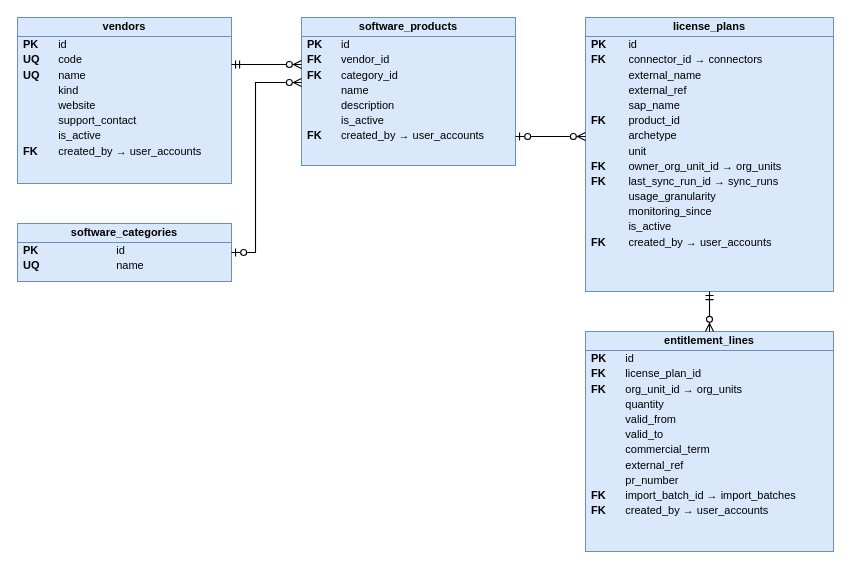
This is docs/database/diagrams/erd_license_catalog.drawio from cuonglpv/VFast, a draw.io file, before an edit. Source tidied: cells renumbered, new cells numbered last; positions are measured from the earlier drawing's top-left corner, leaving out a move shared by most shapes. Both pictures are drawn from the tidied source at 100%, with x=0, y=0 at pixel (17, 17).
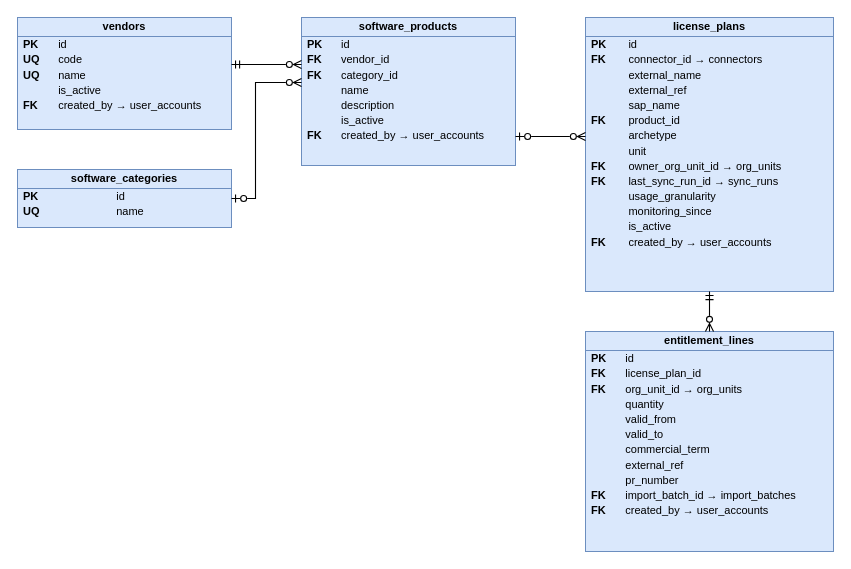
After the change.

The edit, as a diff of the source:
```diff
@@
 <mxGraphModel>
   <root>
     <mxCell id="0" />
     <mxCell id="1" parent="0" />
-    <mxCell id="2" value="&lt;div style=&quot;font-weight:bold;text-align:center;padding:3px 0;border-bottom:1px solid #6C8EBF;&quot;&gt;vendors&lt;/div&gt;&lt;table style=&quot;width:100%;font-size:11px;border-collapse:collapse;&quot;&gt;&lt;tr&gt;&lt;td style=&quot;padding:1px 8px 1px 6px;&quot;&gt;&lt;b&gt;PK&lt;/b&gt;&lt;/td&gt;&lt;td style=&quot;padding:1px 6px;&quot;&gt;id&lt;/td&gt;&lt;/tr&gt;&lt;tr&gt;&lt;td style=&quot;padding:1px 8px 1px 6px;&quot;&gt;&lt;b&gt;UQ&lt;/b&gt;&lt;/td&gt;&lt;td style=&quot;padding:1px 6px;&quot;&gt;code&lt;/td&gt;&lt;/tr&gt;&lt;tr&gt;&lt;td style=&quot;padding:1px 8px 1px 6px;&quot;&gt;&lt;b&gt;UQ&lt;/b&gt;&lt;/td&gt;&lt;td style=&quot;padding:1px 6px;&quot;&gt;name&lt;/td&gt;&lt;/tr&gt;&lt;tr&gt;&lt;td style=&quot;padding:1px 8px 1px 6px;&quot;&gt;&lt;b&gt;&lt;/b&gt;&lt;/td&gt;&lt;td style=&quot;padding:1px 6px;&quot;&gt;kind&lt;/td&gt;&lt;/tr&gt;&lt;tr&gt;&lt;td style=&quot;padding:1px 8px 1px 6px;&quot;&gt;&lt;b&gt;&lt;/b&gt;&lt;/td&gt;&lt;td style=&quot;padding:1px 6px;&quot;&gt;website&lt;/td&gt;&lt;/tr&gt;&lt;tr&gt;&lt;td style=&quot;padding:1px 8px 1px 6px;&quot;&gt;&lt;b&gt;&lt;/b&gt;&lt;/td&gt;&lt;td style=&quot;padding:1px 6px;&quot;&gt;support_contact&lt;/td&gt;&lt;/tr&gt;&lt;tr&gt;&lt;td style=&quot;padding:1px 8px 1px 6px;&quot;&gt;&lt;b&gt;&lt;/b&gt;&lt;/td&gt;&lt;td style=&quot;padding:1px 6px;&quot;&gt;is_active&lt;/td&gt;&lt;/tr&gt;&lt;tr&gt;&lt;td style=&quot;padding:1px 8px 1px 6px;&quot;&gt;&lt;b&gt;FK&lt;/b&gt;&lt;/td&gt;&lt;td style=&quot;padding:1px 6px;&quot;&gt;created_by → user_accounts&lt;/td&gt;&lt;/tr&gt;&lt;/table&gt;" style="rounded=0;whiteSpace=wrap;html=1;verticalAlign=top;align=left;spacing=0;overflow=fill;fillColor=#DAE8FC;strokeColor=#6C8EBF;fontSize=11;" parent="1" vertex="1">
-      <mxGeometry width="214" height="166" as="geometry" />
+    <mxCell id="2" value="&lt;div style=&quot;font-weight:bold;text-align:center;padding:3px 0;border-bottom:1px solid #6C8EBF;&quot;&gt;vendors&lt;/div&gt;&lt;table style=&quot;width:100%;font-size:11px;border-collapse:collapse;&quot;&gt;&lt;tr&gt;&lt;td style=&quot;padding:1px 8px 1px 6px;&quot;&gt;&lt;b&gt;PK&lt;/b&gt;&lt;/td&gt;&lt;td style=&quot;padding:1px 6px;&quot;&gt;id&lt;/td&gt;&lt;/tr&gt;&lt;tr&gt;&lt;td style=&quot;padding:1px 8px 1px 6px;&quot;&gt;&lt;b&gt;UQ&lt;/b&gt;&lt;/td&gt;&lt;td style=&quot;padding:1px 6px;&quot;&gt;code&lt;/td&gt;&lt;/tr&gt;&lt;tr&gt;&lt;td style=&quot;padding:1px 8px 1px 6px;&quot;&gt;&lt;b&gt;UQ&lt;/b&gt;&lt;/td&gt;&lt;td style=&quot;padding:1px 6px;&quot;&gt;name&lt;/td&gt;&lt;/tr&gt;&lt;tr&gt;&lt;td style=&quot;padding:1px 8px 1px 6px;&quot;&gt;&lt;b&gt;&lt;/b&gt;&lt;/td&gt;&lt;td style=&quot;padding:1px 6px;&quot;&gt;is_active&lt;/td&gt;&lt;/tr&gt;&lt;tr&gt;&lt;td style=&quot;padding:1px 8px 1px 6px;&quot;&gt;&lt;b&gt;FK&lt;/b&gt;&lt;/td&gt;&lt;td style=&quot;padding:1px 6px;&quot;&gt;created_by → user_accounts&lt;/td&gt;&lt;/tr&gt;&lt;/table&gt;" style="rounded=0;whiteSpace=wrap;html=1;verticalAlign=top;align=left;spacing=0;overflow=fill;fillColor=#DAE8FC;strokeColor=#6C8EBF;fontSize=11;" parent="1" vertex="1">
+      <mxGeometry width="214" height="112" as="geometry" />
     </mxCell>
     <mxCell id="3" value="&lt;div style=&quot;font-weight:bold;text-align:center;padding:3px 0;border-bottom:1px solid #6C8EBF;&quot;&gt;software_categories&lt;/div&gt;&lt;table style=&quot;width:100%;font-size:11px;border-collapse:collapse;&quot;&gt;&lt;tr&gt;&lt;td style=&quot;padding:1px 8px 1px 6px;&quot;&gt;&lt;b&gt;PK&lt;/b&gt;&lt;/td&gt;&lt;td style=&quot;padding:1px 6px;&quot;&gt;id&lt;/td&gt;&lt;/tr&gt;&lt;tr&gt;&lt;td style=&quot;padding:1px 8px 1px 6px;&quot;&gt;&lt;b&gt;UQ&lt;/b&gt;&lt;/td&gt;&lt;td style=&quot;padding:1px 6px;&quot;&gt;name&lt;/td&gt;&lt;/tr&gt;&lt;/table&gt;" style="rounded=0;whiteSpace=wrap;html=1;verticalAlign=top;align=left;spacing=0;overflow=fill;fillColor=#DAE8FC;strokeColor=#6C8EBF;fontSize=11;" parent="1" vertex="1">
-      <mxGeometry y="206" width="214" height="58" as="geometry" />
+      <mxGeometry y="152" width="214" height="58" as="geometry" />
     </mxCell>
     <mxCell id="4" value="&lt;div style=&quot;font-weight:bold;text-align:center;padding:3px 0;border-bottom:1px solid #6C8EBF;&quot;&gt;software_products&lt;/div&gt;&lt;table style=&quot;width:100%;font-size:11px;border-collapse:collapse;&quot;&gt;&lt;tr&gt;&lt;td style=&quot;padding:1px 8px 1px 6px;&quot;&gt;&lt;b&gt;PK&lt;/b&gt;&lt;/td&gt;&lt;td style=&quot;padding:1px 6px;&quot;&gt;id&lt;/td&gt;&lt;/tr&gt;&lt;tr&gt;&lt;td style=&quot;padding:1px 8px 1px 6px;&quot;&gt;&lt;b&gt;FK&lt;/b&gt;&lt;/td&gt;&lt;td style=&quot;padding:1px 6px;&quot;&gt;vendor_id&lt;/td&gt;&lt;/tr&gt;&lt;tr&gt;&lt;td style=&quot;padding:1px 8px 1px 6px;&quot;&gt;&lt;b&gt;FK&lt;/b&gt;&lt;/td&gt;&lt;td style=&quot;padding:1px 6px;&quot;&gt;category_id&lt;/td&gt;&lt;/tr&gt;&lt;tr&gt;&lt;td style=&quot;padding:1px 8px 1px 6px;&quot;&gt;&lt;b&gt;&lt;/b&gt;&lt;/td&gt;&lt;td style=&quot;padding:1px 6px;&quot;&gt;name&lt;/td&gt;&lt;/tr&gt;&lt;tr&gt;&lt;td style=&quot;padding:1px 8px 1px 6px;&quot;&gt;&lt;b&gt;&lt;/b&gt;&lt;/td&gt;&lt;td style=&quot;padding:1px 6px;&quot;&gt;description&lt;/td&gt;&lt;/tr&gt;&lt;tr&gt;&lt;td style=&quot;padding:1px 8px 1px 6px;&quot;&gt;&lt;b&gt;&lt;/b&gt;&lt;/td&gt;&lt;td style=&quot;padding:1px 6px;&quot;&gt;is_active&lt;/td&gt;&lt;/tr&gt;&lt;tr&gt;&lt;td style=&quot;padding:1px 8px 1px 6px;&quot;&gt;&lt;b&gt;FK&lt;/b&gt;&lt;/td&gt;&lt;td style=&quot;padding:1px 6px;&quot;&gt;created_by → user_accounts&lt;/td&gt;&lt;/tr&gt;&lt;/table&gt;" style="rounded=0;whiteSpace=wrap;html=1;verticalAlign=top;align=left;spacing=0;overflow=fill;fillColor=#DAE8FC;strokeColor=#6C8EBF;fontSize=11;" parent="1" vertex="1">
       <mxGeometry x="284" width="214" height="148" as="geometry" />
     </mxCell>
     <mxCell id="5" value="&lt;div style=&quot;font-weight:bold;text-align:center;padding:3px 0;border-bottom:1px solid #6C8EBF;&quot;&gt;license_plans&lt;/div&gt;&lt;table style=&quot;width:100%;font-size:11px;border-collapse:collapse;&quot;&gt;&lt;tr&gt;&lt;td style=&quot;padding:1px 8px 1px 6px;&quot;&gt;&lt;b&gt;PK&lt;/b&gt;&lt;/td&gt;&lt;td style=&quot;padding:1px 6px;&quot;&gt;id&lt;/td&gt;&lt;/tr&gt;&lt;tr&gt;&lt;td style=&quot;padding:1px 8px 1px 6px;&quot;&gt;&lt;b&gt;FK&lt;/b&gt;&lt;/td&gt;&lt;td style=&quot;padding:1px 6px;&quot;&gt;connector_id → connectors&lt;/td&gt;&lt;/tr&gt;&lt;tr&gt;&lt;td style=&quot;padding:1px 8px 1px 6px;&quot;&gt;&lt;b&gt;&lt;/b&gt;&lt;/td&gt;&lt;td style=&quot;padding:1px 6px;&quot;&gt;external_name&lt;/td&gt;&lt;/tr&gt;&lt;tr&gt;&lt;td style=&quot;padding:1px 8px 1px 6px;&quot;&gt;&lt;b&gt;&lt;/b&gt;&lt;/td&gt;&lt;td style=&quot;padding:1px 6px;&quot;&gt;external_ref&lt;/td&gt;&lt;/tr&gt;&lt;tr&gt;&lt;td style=&quot;padding:1px 8px 1px 6px;&quot;&gt;&lt;b&gt;&lt;/b&gt;&lt;/td&gt;&lt;td style=&quot;padding:1px 6px;&quot;&gt;sap_name&lt;/td&gt;&lt;/tr&gt;&lt;tr&gt;&lt;td style=&quot;padding:1px 8px 1px 6px;&quot;&gt;&lt;b&gt;FK&lt;/b&gt;&lt;/td&gt;&lt;td style=&quot;padding:1px 6px;&quot;&gt;product_id&lt;/td&gt;&lt;/tr&gt;&lt;tr&gt;&lt;td style=&quot;padding:1px 8px 1px 6px;&quot;&gt;&lt;b&gt;&lt;/b&gt;&lt;/td&gt;&lt;td style=&quot;padding:1px 6px;&quot;&gt;archetype&lt;/td&gt;&lt;/tr&gt;&lt;tr&gt;&lt;td style=&quot;padding:1px 8px 1px 6px;&quot;&gt;&lt;b&gt;&lt;/b&gt;&lt;/td&gt;&lt;td style=&quot;padding:1px 6px;&quot;&gt;unit&lt;/td&gt;&lt;/tr&gt;&lt;tr&gt;&lt;td style=&quot;padding:1px 8px 1px 6px;&quot;&gt;&lt;b&gt;FK&lt;/b&gt;&lt;/td&gt;&lt;td style=&quot;padding:1px 6px;&quot;&gt;owner_org_unit_id → org_units&lt;/td&gt;&lt;/tr&gt;&lt;tr&gt;&lt;td style=&quot;padding:1px 8px 1px 6px;&quot;&gt;&lt;b&gt;FK&lt;/b&gt;&lt;/td&gt;&lt;td style=&quot;padding:1px 6px;&quot;&gt;last_sync_run_id → sync_runs&lt;/td&gt;&lt;/tr&gt;&lt;tr&gt;&lt;td style=&quot;padding:1px 8px 1px 6px;&quot;&gt;&lt;b&gt;&lt;/b&gt;&lt;/td&gt;&lt;td style=&quot;padding:1px 6px;&quot;&gt;usage_granularity&lt;/td&gt;&lt;/tr&gt;&lt;tr&gt;&lt;td style=&quot;padding:1px 8px 1px 6px;&quot;&gt;&lt;b&gt;&lt;/b&gt;&lt;/td&gt;&lt;td style=&quot;padding:1px 6px;&quot;&gt;monitoring_since&lt;/td&gt;&lt;/tr&gt;&lt;tr&gt;&lt;td style=&quot;padding:1px 8px 1px 6px;&quot;&gt;&lt;b&gt;&lt;/b&gt;&lt;/td&gt;&lt;td style=&quot;padding:1px 6px;&quot;&gt;is_active&lt;/td&gt;&lt;/tr&gt;&lt;tr&gt;&lt;td style=&quot;padding:1px 8px 1px 6px;&quot;&gt;&lt;b&gt;FK&lt;/b&gt;&lt;/td&gt;&lt;td style=&quot;padding:1px 6px;&quot;&gt;created_by → user_accounts&lt;/td&gt;&lt;/tr&gt;&lt;/table&gt;" style="rounded=0;whiteSpace=wrap;html=1;verticalAlign=top;align=left;spacing=0;overflow=fill;fillColor=#DAE8FC;strokeColor=#6C8EBF;fontSize=11;" parent="1" vertex="1">
       <mxGeometry x="568" width="248" height="274" as="geometry" />
     </mxCell>
     <mxCell id="6" value="&lt;div style=&quot;font-weight:bold;text-align:center;padding:3px 0;border-bottom:1px solid #6C8EBF;&quot;&gt;entitlement_lines&lt;/div&gt;&lt;table style=&quot;width:100%;font-size:11px;border-collapse:collapse;&quot;&gt;&lt;tr&gt;&lt;td style=&quot;padding:1px 8px 1px 6px;&quot;&gt;&lt;b&gt;PK&lt;/b&gt;&lt;/td&gt;&lt;td style=&quot;padding:1px 6px;&quot;&gt;id&lt;/td&gt;&lt;/tr&gt;&lt;tr&gt;&lt;td style=&quot;padding:1px 8px 1px 6px;&quot;&gt;&lt;b&gt;FK&lt;/b&gt;&lt;/td&gt;&lt;td style=&quot;padding:1px 6px;&quot;&gt;license_plan_id&lt;/td&gt;&lt;/tr&gt;&lt;tr&gt;&lt;td style=&quot;padding:1px 8px 1px 6px;&quot;&gt;&lt;b&gt;FK&lt;/b&gt;&lt;/td&gt;&lt;td style=&quot;padding:1px 6px;&quot;&gt;org_unit_id → org_units&lt;/td&gt;&lt;/tr&gt;&lt;tr&gt;&lt;td style=&quot;padding:1px 8px 1px 6px;&quot;&gt;&lt;b&gt;&lt;/b&gt;&lt;/td&gt;&lt;td style=&quot;padding:1px 6px;&quot;&gt;quantity&lt;/td&gt;&lt;/tr&gt;&lt;tr&gt;&lt;td style=&quot;padding:1px 8px 1px 6px;&quot;&gt;&lt;b&gt;&lt;/b&gt;&lt;/td&gt;&lt;td style=&quot;padding:1px 6px;&quot;&gt;valid_from&lt;/td&gt;&lt;/tr&gt;&lt;tr&gt;&lt;td style=&quot;padding:1px 8px 1px 6px;&quot;&gt;&lt;b&gt;&lt;/b&gt;&lt;/td&gt;&lt;td style=&quot;padding:1px 6px;&quot;&gt;valid_to&lt;/td&gt;&lt;/tr&gt;&lt;tr&gt;&lt;td style=&quot;padding:1px 8px 1px 6px;&quot;&gt;&lt;b&gt;&lt;/b&gt;&lt;/td&gt;&lt;td style=&quot;padding:1px 6px;&quot;&gt;commercial_term&lt;/td&gt;&lt;/tr&gt;&lt;tr&gt;&lt;td style=&quot;padding:1px 8px 1px 6px;&quot;&gt;&lt;b&gt;&lt;/b&gt;&lt;/td&gt;&lt;td style=&quot;padding:1px 6px;&quot;&gt;external_ref&lt;/td&gt;&lt;/tr&gt;&lt;tr&gt;&lt;td style=&quot;padding:1px 8px 1px 6px;&quot;&gt;&lt;b&gt;&lt;/b&gt;&lt;/td&gt;&lt;td style=&quot;padding:1px 6px;&quot;&gt;pr_number&lt;/td&gt;&lt;/tr&gt;&lt;tr&gt;&lt;td style=&quot;padding:1px 8px 1px 6px;&quot;&gt;&lt;b&gt;FK&lt;/b&gt;&lt;/td&gt;&lt;td style=&quot;padding:1px 6px;&quot;&gt;import_batch_id → import_batches&lt;/td&gt;&lt;/tr&gt;&lt;tr&gt;&lt;td style=&quot;padding:1px 8px 1px 6px;&quot;&gt;&lt;b&gt;FK&lt;/b&gt;&lt;/td&gt;&lt;td style=&quot;padding:1px 6px;&quot;&gt;created_by → user_accounts&lt;/td&gt;&lt;/tr&gt;&lt;/table&gt;" style="rounded=0;whiteSpace=wrap;html=1;verticalAlign=top;align=left;spacing=0;overflow=fill;fillColor=#DAE8FC;strokeColor=#6C8EBF;fontSize=11;" parent="1" vertex="1">
       <mxGeometry x="568" y="314" width="248" height="220" as="geometry" />
     </mxCell>
     <mxCell id="7" style="html=1;rounded=0;endArrow=ERzeroToMany;endFill=0;startArrow=ERmandOne;startFill=0;strokeColor=#000000;strokeWidth=1.1;" parent="1" edge="1">
       <mxGeometry relative="1" as="geometry">
         <mxPoint x="214" y="47" as="sourcePoint" />
         <mxPoint x="284" y="47" as="targetPoint" />
       </mxGeometry>
     </mxCell>
     <mxCell id="8" style="html=1;rounded=0;endArrow=ERzeroToMany;endFill=0;startArrow=ERzeroToOne;startFill=0;strokeColor=#000000;strokeWidth=1.1;" parent="1" edge="1">
       <mxGeometry relative="1" as="geometry">
-        <mxPoint x="214" y="235" as="sourcePoint" />
+        <mxPoint x="214" y="181" as="sourcePoint" />
         <mxPoint x="284" y="65" as="targetPoint" />
         <Array as="points">
-          <mxPoint x="238" y="235" />
+          <mxPoint x="238" y="181" />
           <mxPoint x="238" y="65" />
         </Array>
       </mxGeometry>
     </mxCell>
     <mxCell id="9" style="html=1;rounded=0;endArrow=ERzeroToMany;endFill=0;startArrow=ERzeroToOne;startFill=0;strokeColor=#000000;strokeWidth=1.1;" parent="1" edge="1">
       <mxGeometry relative="1" as="geometry">
         <mxPoint x="498" y="119" as="sourcePoint" />
         <mxPoint x="568" y="119" as="targetPoint" />
       </mxGeometry>
     </mxCell>
     <mxCell id="10" style="html=1;rounded=0;endArrow=ERzeroToMany;endFill=0;startArrow=ERmandOne;startFill=0;strokeColor=#000000;strokeWidth=1.1;" parent="1" edge="1">
       <mxGeometry relative="1" as="geometry">
         <mxPoint x="692" y="274" as="sourcePoint" />
         <mxPoint x="692" y="314" as="targetPoint" />
       </mxGeometry>
     </mxCell>
   </root>
 </mxGraphModel>
```
